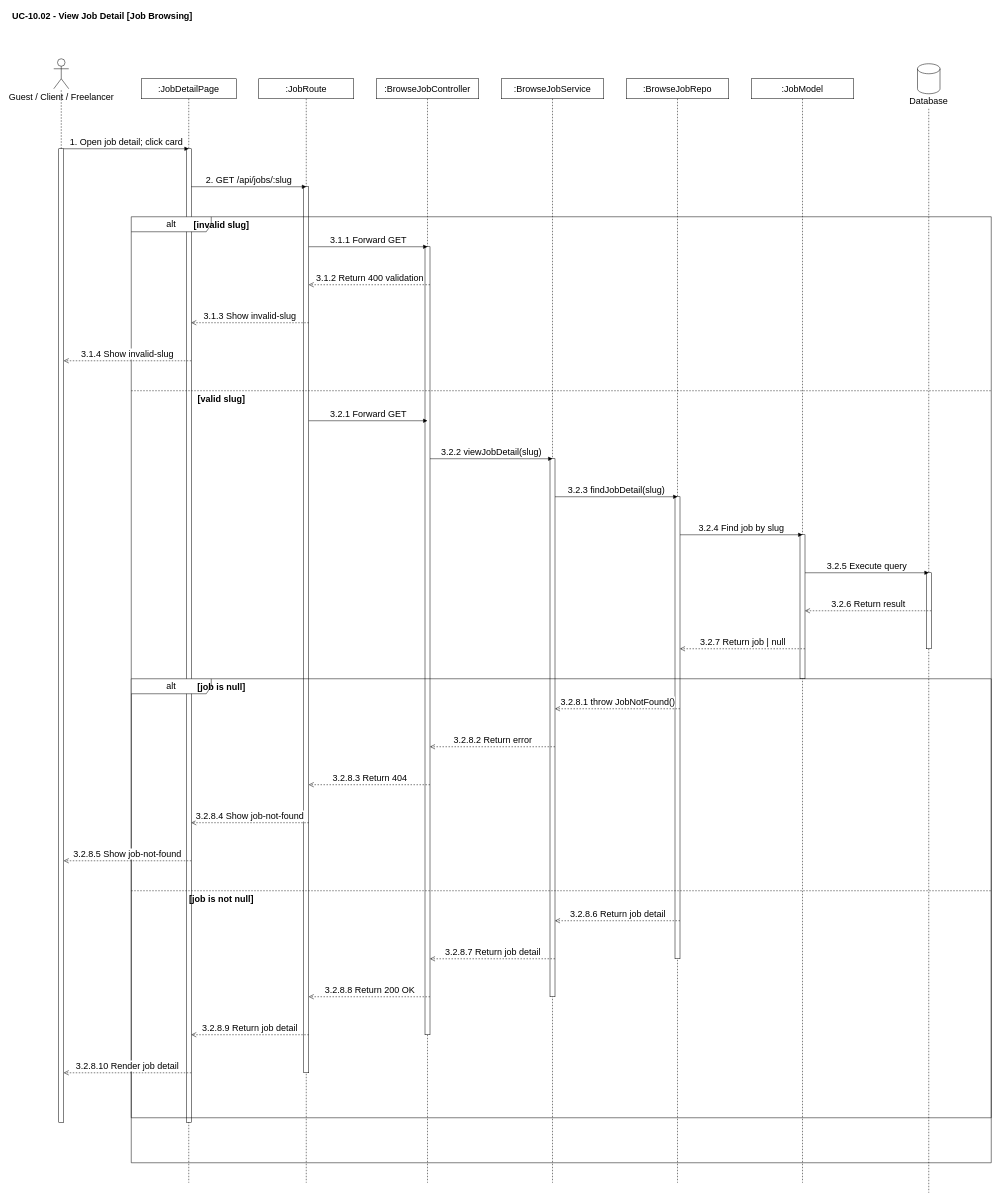
Above: sequence-diagrams/UC-10.02_-_View_Job_Detail.drawio in Thunggg/Frevia (draw.io), before the change. Source tidied: cells renumbered, new cells numbered last; positions are measured from the earlier drawing's top-left corner, leaving out a move shared by most shapes. Both pictures are drawn from the tidied source at 50%, with x=0, y=0 at pixel (11, 8).
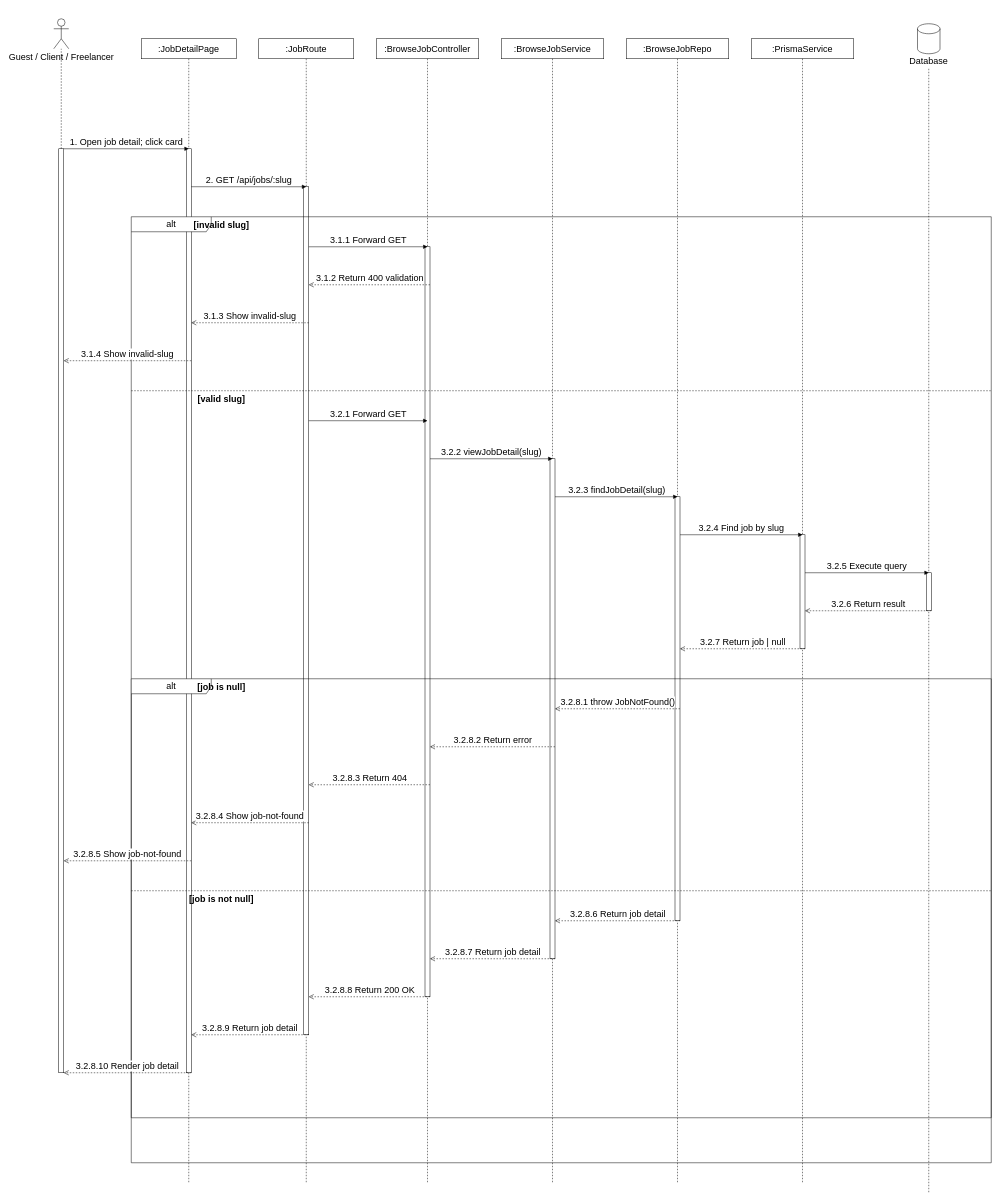
The same page after the edit.

Diff of the diagram source:
```diff
@@
-    <mxCell id="2" value="UC-10.02 - View Job Detail [Job Browsing]" style="text;html=1;align=left;verticalAlign=middle;whiteSpace=wrap;rounded=0;fontSize=18;fontStyle=1;" parent="1" vertex="1">
-      <mxGeometry width="620" height="30" as="geometry" />
-    </mxCell>
     <mxCell id="3" value="Guest / Client / Freelancer" style="shape=umlActor;verticalLabelPosition=bottom;verticalAlign=top;html=1;fontSize=18;" parent="1" vertex="1">
-      <mxGeometry x="85" y="100" width="30" height="60" as="geometry" />
+      <mxGeometry x="85" y="20" width="30" height="60" as="geometry" />
     </mxCell>
     <mxCell id="4" value=":JobDetailPage" style="shape=umlLifeline;perimeter=lifelinePerimeter;whiteSpace=wrap;html=1;newEdgeStyle={&quot;curved&quot;:0,&quot;rounded&quot;:0};fontSize=18;" parent="1" vertex="1">
-      <mxGeometry x="260" y="140" width="190" height="2208" as="geometry" />
+      <mxGeometry x="260" y="60" width="190" height="2288" as="geometry" />
     </mxCell>
     <mxCell id="5" value=":JobRoute" style="shape=umlLifeline;perimeter=lifelinePerimeter;whiteSpace=wrap;html=1;newEdgeStyle={&quot;curved&quot;:0,&quot;rounded&quot;:0};fontSize=18;" parent="1" vertex="1">
-      <mxGeometry x="495" y="140" width="190" height="2208" as="geometry" />
+      <mxGeometry x="495" y="60" width="190" height="2288" as="geometry" />
     </mxCell>
     <mxCell id="6" value=":BrowseJobController" style="shape=umlLifeline;perimeter=lifelinePerimeter;whiteSpace=wrap;html=1;newEdgeStyle={&quot;curved&quot;:0,&quot;rounded&quot;:0};fontSize=18;" parent="1" vertex="1">
-      <mxGeometry x="730" y="140" width="205" height="2208" as="geometry" />
+      <mxGeometry x="730" y="60" width="205" height="2288" as="geometry" />
     </mxCell>
     <mxCell id="7" value=":BrowseJobService" style="shape=umlLifeline;perimeter=lifelinePerimeter;whiteSpace=wrap;html=1;newEdgeStyle={&quot;curved&quot;:0,&quot;rounded&quot;:0};fontSize=18;" parent="1" vertex="1">
-      <mxGeometry x="980" y="140" width="205" height="2208" as="geometry" />
+      <mxGeometry x="980" y="60" width="205" height="2288" as="geometry" />
     </mxCell>
     <mxCell id="8" value=":BrowseJobRepo" style="shape=umlLifeline;perimeter=lifelinePerimeter;whiteSpace=wrap;html=1;newEdgeStyle={&quot;curved&quot;:0,&quot;rounded&quot;:0};fontSize=18;" parent="1" vertex="1">
-      <mxGeometry x="1230" y="140" width="205" height="2208" as="geometry" />
+      <mxGeometry x="1230" y="60" width="205" height="2288" as="geometry" />
     </mxCell>
-    <mxCell id="9" value=":JobModel" style="shape=umlLifeline;perimeter=lifelinePerimeter;whiteSpace=wrap;html=1;newEdgeStyle={&quot;curved&quot;:0,&quot;rounded&quot;:0};fontSize=18;" parent="1" vertex="1">
-      <mxGeometry x="1480" y="140" width="205" height="2208" as="geometry" />
+    <mxCell id="9" value=":PrismaService" style="shape=umlLifeline;perimeter=lifelinePerimeter;whiteSpace=wrap;html=1;newEdgeStyle={&quot;curved&quot;:0,&quot;rounded&quot;:0};fontSize=18;" parent="1" vertex="1">
+      <mxGeometry x="1480" y="60" width="205" height="2288" as="geometry" />
     </mxCell>
     <mxCell id="10" style="strokeWidth=1;html=1;shape=mxgraph.flowchart.database;whiteSpace=wrap;" parent="1" vertex="1">
-      <mxGeometry x="1812.5" y="110" width="45" height="60" as="geometry" />
+      <mxGeometry x="1812.5" y="30" width="45" height="60" as="geometry" />
     </mxCell>
     <mxCell id="11" value="Database" style="text;html=1;align=center;verticalAlign=middle;whiteSpace=wrap;rounded=0;fontSize=18;" parent="1" vertex="1">
-      <mxGeometry x="1730" y="170" width="210" height="30" as="geometry" />
+      <mxGeometry x="1730" y="90" width="210" height="30" as="geometry" />
     </mxCell>
@@
     <mxCell id="13" style="html=1;points=[[0,0,0,0,5],[0,1,0,0,-5],[1,0,0,0,5],[1,1,0,0,-5]];perimeter=orthogonalPerimeter;outlineConnect=0;targetShapes=umlLifeline;portConstraint=eastwest;newEdgeStyle={&quot;curved&quot;:0,&quot;rounded&quot;:0};fontSize=18;" parent="1" vertex="1">
-      <mxGeometry x="95" y="280" width="10" height="1947" as="geometry" />
+      <mxGeometry x="95" y="280" width="10" height="1848" as="geometry" />
     </mxCell>
     <mxCell id="14" style="html=1;points=[[0,0,0,0,5],[0,1,0,0,-5],[1,0,0,0,5],[1,1,0,0,-5]];perimeter=orthogonalPerimeter;outlineConnect=0;targetShapes=umlLifeline;portConstraint=eastwest;newEdgeStyle={&quot;curved&quot;:0,&quot;rounded&quot;:0};fontSize=18;" parent="1" vertex="1">
-      <mxGeometry x="350" y="280" width="10" height="1947" as="geometry" />
+      <mxGeometry x="350" y="280" width="10" height="1848" as="geometry" />
     </mxCell>
     <mxCell id="15" style="html=1;points=[[0,0,0,0,5],[0,1,0,0,-5],[1,0,0,0,5],[1,1,0,0,-5]];perimeter=orthogonalPerimeter;outlineConnect=0;targetShapes=umlLifeline;portConstraint=eastwest;newEdgeStyle={&quot;curved&quot;:0,&quot;rounded&quot;:0};fontSize=18;" parent="1" vertex="1">
-      <mxGeometry x="585" y="356" width="10" height="1772" as="geometry" />
+      <mxGeometry x="585" y="356" width="10" height="1696" as="geometry" />
     </mxCell>
     <mxCell id="16" style="html=1;points=[[0,0,0,0,5],[0,1,0,0,-5],[1,0,0,0,5],[1,1,0,0,-5]];perimeter=orthogonalPerimeter;outlineConnect=0;targetShapes=umlLifeline;portConstraint=eastwest;newEdgeStyle={&quot;curved&quot;:0,&quot;rounded&quot;:0};fontSize=18;" parent="1" vertex="1">
-      <mxGeometry x="827.5" y="476" width="10" height="1576" as="geometry" />
+      <mxGeometry x="827.5" y="476" width="10" height="1500" as="geometry" />
     </mxCell>
     <mxCell id="17" style="html=1;points=[[0,0,0,0,5],[0,1,0,0,-5],[1,0,0,0,5],[1,1,0,0,-5]];perimeter=orthogonalPerimeter;outlineConnect=0;targetShapes=umlLifeline;portConstraint=eastwest;newEdgeStyle={&quot;curved&quot;:0,&quot;rounded&quot;:0};fontSize=18;" parent="1" vertex="1">
-      <mxGeometry x="1077.5" y="900" width="10" height="1076" as="geometry" />
+      <mxGeometry x="1077.5" y="900" width="10" height="1000" as="geometry" />
     </mxCell>
     <mxCell id="18" style="html=1;points=[[0,0,0,0,5],[0,1,0,0,-5],[1,0,0,0,5],[1,1,0,0,-5]];perimeter=orthogonalPerimeter;outlineConnect=0;targetShapes=umlLifeline;portConstraint=eastwest;newEdgeStyle={&quot;curved&quot;:0,&quot;rounded&quot;:0};fontSize=18;" parent="1" vertex="1">
-      <mxGeometry x="1327.5" y="976" width="10" height="924" as="geometry" />
+      <mxGeometry x="1327.5" y="976" width="10" height="848" as="geometry" />
     </mxCell>
     <mxCell id="19" style="html=1;points=[[0,0,0,0,5],[0,1,0,0,-5],[1,0,0,0,5],[1,1,0,0,-5]];perimeter=orthogonalPerimeter;outlineConnect=0;targetShapes=umlLifeline;portConstraint=eastwest;newEdgeStyle={&quot;curved&quot;:0,&quot;rounded&quot;:0};fontSize=18;" parent="1" vertex="1">
-      <mxGeometry x="1577.5" y="1052" width="10" height="288" as="geometry" />
+      <mxGeometry x="1577.5" y="1052" width="10" height="228" as="geometry" />
     </mxCell>
     <mxCell id="20" style="html=1;points=[[0,0,0,0,5],[0,1,0,0,-5],[1,0,0,0,5],[1,1,0,0,-5]];perimeter=orthogonalPerimeter;outlineConnect=0;targetShapes=umlLifeline;portConstraint=eastwest;newEdgeStyle={&quot;curved&quot;:0,&quot;rounded&quot;:0};fontSize=18;" parent="1" vertex="1">
-      <mxGeometry x="1830" y="1128" width="10" height="152" as="geometry" />
+      <mxGeometry x="1830" y="1128" width="10" height="76" as="geometry" />
     </mxCell>
@@
-    <mxCell id="30" value="2. GET /api/jobs/:slug" style="html=1;verticalAlign=bottom;endArrow=block;curved=0;rounded=0;fontSize=18;exitX=1;exitY=0.039;exitDx=0;exitDy=0;exitPerimeter=0;entryX=0.5;entryY=0;entryDx=0;entryDy=0;entryPerimeter=0;" parent="1" edge="1" source="14" target="15">
+    <mxCell id="30" value="2. GET /api/jobs/:slug" style="html=1;verticalAlign=bottom;endArrow=block;curved=0;rounded=0;fontSize=18;exitX=1;exitY=0.0411;exitDx=0;exitDy=0;exitPerimeter=0;entryX=0.5;entryY=0;entryDx=0;entryDy=0;entryPerimeter=0;" parent="1" edge="1" source="14" target="15">
       <mxGeometry relative="1" as="geometry" />
     </mxCell>
-    <mxCell id="31" value="3.1.1 Forward GET" style="html=1;verticalAlign=bottom;endArrow=block;curved=0;rounded=0;fontSize=18;exitX=1;exitY=0.0677;exitDx=0;exitDy=0;exitPerimeter=0;entryX=0.5;entryY=0;entryDx=0;entryDy=0;entryPerimeter=0;" parent="1" edge="1" source="15" target="16">
+    <mxCell id="31" value="3.1.1 Forward GET" style="html=1;verticalAlign=bottom;endArrow=block;curved=0;rounded=0;fontSize=18;exitX=1;exitY=0.0708;exitDx=0;exitDy=0;exitPerimeter=0;entryX=0.5;entryY=0;entryDx=0;entryDy=0;entryPerimeter=0;" parent="1" edge="1" source="15" target="16">
       <mxGeometry relative="1" as="geometry" />
     </mxCell>
-    <mxCell id="32" value="3.1.2 Return 400 validation" style="html=1;verticalAlign=bottom;endArrow=open;dashed=1;endSize=8;curved=0;rounded=0;fontSize=18;exitX=1;exitY=0.0482;exitDx=0;exitDy=0;exitPerimeter=0;entryX=1;entryY=0.1106;entryDx=0;entryDy=0;entryPerimeter=0;" parent="1" edge="1" source="16" target="15">
+    <mxCell id="32" value="3.1.2 Return 400 validation" style="html=1;verticalAlign=bottom;endArrow=open;dashed=1;endSize=8;curved=0;rounded=0;fontSize=18;exitX=1;exitY=0.0507;exitDx=0;exitDy=0;exitPerimeter=0;entryX=1;entryY=0.1156;entryDx=0;entryDy=0;entryPerimeter=0;" parent="1" edge="1" source="16" target="15">
       <mxGeometry relative="1" as="geometry" />
     </mxCell>
-    <mxCell id="33" value="3.1.3 Show invalid-slug" style="html=1;verticalAlign=bottom;endArrow=open;dashed=1;endSize=8;curved=0;rounded=0;fontSize=18;exitX=1;exitY=0.1535;exitDx=0;exitDy=0;exitPerimeter=0;entryX=1;entryY=0.1787;entryDx=0;entryDy=0;entryPerimeter=0;" parent="1" edge="1" source="15" target="14">
+    <mxCell id="33" value="3.1.3 Show invalid-slug" style="html=1;verticalAlign=bottom;endArrow=open;dashed=1;endSize=8;curved=0;rounded=0;fontSize=18;exitX=1;exitY=0.1604;exitDx=0;exitDy=0;exitPerimeter=0;entryX=1;entryY=0.1883;entryDx=0;entryDy=0;entryPerimeter=0;" parent="1" edge="1" source="15" target="14">
       <mxGeometry relative="1" as="geometry" />
     </mxCell>
-    <mxCell id="34" value="3.1.4 Show invalid-slug" style="html=1;verticalAlign=bottom;endArrow=open;dashed=1;endSize=8;curved=0;rounded=0;fontSize=18;exitX=1;exitY=0.2178;exitDx=0;exitDy=0;exitPerimeter=0;entryX=1;entryY=0.2178;entryDx=0;entryDy=0;entryPerimeter=0;" parent="1" edge="1" source="14" target="13">
+    <mxCell id="34" value="3.1.4 Show invalid-slug" style="html=1;verticalAlign=bottom;endArrow=open;dashed=1;endSize=8;curved=0;rounded=0;fontSize=18;exitX=1;exitY=0.2294;exitDx=0;exitDy=0;exitPerimeter=0;entryX=1;entryY=0.2294;entryDx=0;entryDy=0;entryPerimeter=0;" parent="1" edge="1" source="14" target="13">
       <mxGeometry relative="1" as="geometry" />
     </mxCell>
-    <mxCell id="35" value="3.2.1 Forward GET" style="html=1;verticalAlign=bottom;endArrow=block;curved=0;rounded=0;fontSize=18;exitX=1;exitY=0.2641;exitDx=0;exitDy=0;exitPerimeter=0;entryX=0.5;entryY=0.2208;entryDx=0;entryDy=0;entryPerimeter=0;" parent="1" edge="1" source="15" target="16">
+    <mxCell id="35" value="3.2.1 Forward GET" style="html=1;verticalAlign=bottom;endArrow=block;curved=0;rounded=0;fontSize=18;exitX=1;exitY=0.2759;exitDx=0;exitDy=0;exitPerimeter=0;entryX=0.5;entryY=0.232;entryDx=0;entryDy=0;entryPerimeter=0;" parent="1" edge="1" source="15" target="16">
       <mxGeometry relative="1" as="geometry" />
     </mxCell>
-    <mxCell id="36" value="3.2.2 viewJobDetail(slug)" style="html=1;verticalAlign=bottom;endArrow=block;curved=0;rounded=0;fontSize=18;exitX=1;exitY=0.269;exitDx=0;exitDy=0;exitPerimeter=0;entryX=0.5;entryY=0;entryDx=0;entryDy=0;entryPerimeter=0;" parent="1" edge="1" source="16" target="17">
+    <mxCell id="36" value="3.2.2 viewJobDetail(slug)" style="html=1;verticalAlign=bottom;endArrow=block;curved=0;rounded=0;fontSize=18;exitX=1;exitY=0.2827;exitDx=0;exitDy=0;exitPerimeter=0;entryX=0.5;entryY=0;entryDx=0;entryDy=0;entryPerimeter=0;" parent="1" edge="1" source="16" target="17">
       <mxGeometry relative="1" as="geometry" />
     </mxCell>
-    <mxCell id="37" value="3.2.3 findJobDetail(slug)" style="html=1;verticalAlign=bottom;endArrow=block;curved=0;rounded=0;fontSize=18;exitX=1;exitY=0.0706;exitDx=0;exitDy=0;exitPerimeter=0;entryX=0.5;entryY=0;entryDx=0;entryDy=0;entryPerimeter=0;" parent="1" edge="1" source="17" target="18">
+    <mxCell id="37" value="3.2.3 findJobDetail(slug)" style="html=1;verticalAlign=bottom;endArrow=block;curved=0;rounded=0;fontSize=18;exitX=1;exitY=0.076;exitDx=0;exitDy=0;exitPerimeter=0;entryX=0.5;entryY=0;entryDx=0;entryDy=0;entryPerimeter=0;" parent="1" edge="1" source="17" target="18">
       <mxGeometry relative="1" as="geometry" />
     </mxCell>
-    <mxCell id="38" value="3.2.4 Find job by slug" style="html=1;verticalAlign=bottom;endArrow=block;curved=0;rounded=0;fontSize=18;exitX=1;exitY=0.0823;exitDx=0;exitDy=0;exitPerimeter=0;entryX=0.5;entryY=0;entryDx=0;entryDy=0;entryPerimeter=0;" parent="1" edge="1" source="18" target="19">
+    <mxCell id="38" value="3.2.4 Find job by slug" style="html=1;verticalAlign=bottom;endArrow=block;curved=0;rounded=0;fontSize=18;exitX=1;exitY=0.0896;exitDx=0;exitDy=0;exitPerimeter=0;entryX=0.5;entryY=0;entryDx=0;entryDy=0;entryPerimeter=0;" parent="1" edge="1" source="18" target="19">
       <mxGeometry relative="1" as="geometry" />
     </mxCell>
-    <mxCell id="39" value="3.2.5 Execute query" style="html=1;verticalAlign=bottom;endArrow=block;curved=0;rounded=0;fontSize=18;exitX=1;exitY=0.2639;exitDx=0;exitDy=0;exitPerimeter=0;entryX=0.5;entryY=0;entryDx=0;entryDy=0;entryPerimeter=0;" parent="1" edge="1" source="19" target="20">
+    <mxCell id="39" value="3.2.5 Execute query" style="html=1;verticalAlign=bottom;endArrow=block;curved=0;rounded=0;fontSize=18;exitX=1;exitY=0.3333;exitDx=0;exitDy=0;exitPerimeter=0;entryX=0.5;entryY=0;entryDx=0;entryDy=0;entryPerimeter=0;" parent="1" edge="1" source="19" target="20">
       <mxGeometry relative="1" as="geometry" />
     </mxCell>
-    <mxCell id="40" value="3.2.6 Return result" style="html=1;verticalAlign=bottom;endArrow=open;dashed=1;endSize=8;curved=0;rounded=0;fontSize=18;exitX=1;exitY=0.5;exitDx=0;exitDy=0;exitPerimeter=0;entryX=1;entryY=0.5278;entryDx=0;entryDy=0;entryPerimeter=0;" parent="1" edge="1" source="20" target="19">
+    <mxCell id="40" value="3.2.6 Return result" style="html=1;verticalAlign=bottom;endArrow=open;dashed=1;endSize=8;curved=0;rounded=0;fontSize=18;exitX=1;exitY=1;exitDx=0;exitDy=0;exitPerimeter=0;entryX=1;entryY=0.6667;entryDx=0;entryDy=0;entryPerimeter=0;" parent="1" edge="1" source="20" target="19">
       <mxGeometry relative="1" as="geometry" />
     </mxCell>
-    <mxCell id="41" value="3.2.7 Return job | null" style="html=1;verticalAlign=bottom;endArrow=open;dashed=1;endSize=8;curved=0;rounded=0;fontSize=18;exitX=1;exitY=0.7917;exitDx=0;exitDy=0;exitPerimeter=0;entryX=1;entryY=0.329;entryDx=0;entryDy=0;entryPerimeter=0;" parent="1" edge="1" source="19" target="18">
+    <mxCell id="41" value="3.2.7 Return job | null" style="html=1;verticalAlign=bottom;endArrow=open;dashed=1;endSize=8;curved=0;rounded=0;fontSize=18;exitX=1;exitY=1;exitDx=0;exitDy=0;exitPerimeter=0;entryX=1;entryY=0.3585;entryDx=0;entryDy=0;entryPerimeter=0;" parent="1" edge="1" source="19" target="18">
       <mxGeometry relative="1" as="geometry" />
     </mxCell>
-    <mxCell id="42" value="3.2.8.1 throw JobNotFound()" style="html=1;verticalAlign=bottom;endArrow=open;dashed=1;endSize=8;curved=0;rounded=0;fontSize=18;exitX=1;exitY=0.4589;exitDx=0;exitDy=0;exitPerimeter=0;entryX=1;entryY=0.4647;entryDx=0;entryDy=0;entryPerimeter=0;" parent="1" edge="1" source="18" target="17">
+    <mxCell id="42" value="3.2.8.1 throw JobNotFound()" style="html=1;verticalAlign=bottom;endArrow=open;dashed=1;endSize=8;curved=0;rounded=0;fontSize=18;exitX=1;exitY=0.5;exitDx=0;exitDy=0;exitPerimeter=0;entryX=1;entryY=0.5;entryDx=0;entryDy=0;entryPerimeter=0;" parent="1" edge="1" source="18" target="17">
       <mxGeometry relative="1" as="geometry" />
     </mxCell>
-    <mxCell id="43" value="3.2.8.2 Return error" style="html=1;verticalAlign=bottom;endArrow=open;dashed=1;endSize=8;curved=0;rounded=0;fontSize=18;exitX=1;exitY=0.5353;exitDx=0;exitDy=0;exitPerimeter=0;entryX=1;entryY=0.6345;entryDx=0;entryDy=0;entryPerimeter=0;" parent="1" edge="1" source="17" target="16">
+    <mxCell id="43" value="3.2.8.2 Return error" style="html=1;verticalAlign=bottom;endArrow=open;dashed=1;endSize=8;curved=0;rounded=0;fontSize=18;exitX=1;exitY=0.576;exitDx=0;exitDy=0;exitPerimeter=0;entryX=1;entryY=0.6667;entryDx=0;entryDy=0;entryPerimeter=0;" parent="1" edge="1" source="17" target="16">
       <mxGeometry relative="1" as="geometry" />
     </mxCell>
-    <mxCell id="44" value="3.2.8.3 Return 404" style="html=1;verticalAlign=bottom;endArrow=open;dashed=1;endSize=8;curved=0;rounded=0;fontSize=18;exitX=1;exitY=0.6827;exitDx=0;exitDy=0;exitPerimeter=0;entryX=1;entryY=0.6749;entryDx=0;entryDy=0;entryPerimeter=0;" parent="1" edge="1" source="16" target="15">
+    <mxCell id="44" value="3.2.8.3 Return 404" style="html=1;verticalAlign=bottom;endArrow=open;dashed=1;endSize=8;curved=0;rounded=0;fontSize=18;exitX=1;exitY=0.7173;exitDx=0;exitDy=0;exitPerimeter=0;entryX=1;entryY=0.7052;entryDx=0;entryDy=0;entryPerimeter=0;" parent="1" edge="1" source="16" target="15">
       <mxGeometry relative="1" as="geometry" />
     </mxCell>
-    <mxCell id="45" value="3.2.8.4 Show job-not-found" style="html=1;verticalAlign=bottom;endArrow=open;dashed=1;endSize=8;curved=0;rounded=0;fontSize=18;exitX=1;exitY=0.7178;exitDx=0;exitDy=0;exitPerimeter=0;entryX=1;entryY=0.6923;entryDx=0;entryDy=0;entryPerimeter=0;" parent="1" edge="1" source="15" target="14">
+    <mxCell id="45" value="3.2.8.4 Show job-not-found" style="html=1;verticalAlign=bottom;endArrow=open;dashed=1;endSize=8;curved=0;rounded=0;fontSize=18;exitX=1;exitY=0.75;exitDx=0;exitDy=0;exitPerimeter=0;entryX=1;entryY=0.7294;entryDx=0;entryDy=0;entryPerimeter=0;" parent="1" edge="1" source="15" target="14">
       <mxGeometry relative="1" as="geometry" />
     </mxCell>
-    <mxCell id="46" value="3.2.8.5 Show job-not-found" style="html=1;verticalAlign=bottom;endArrow=open;dashed=1;endSize=8;curved=0;rounded=0;fontSize=18;exitX=1;exitY=0.7314;exitDx=0;exitDy=0;exitPerimeter=0;entryX=1;entryY=0.7314;entryDx=0;entryDy=0;entryPerimeter=0;" parent="1" edge="1" source="14" target="13">
+    <mxCell id="46" value="3.2.8.5 Show job-not-found" style="html=1;verticalAlign=bottom;endArrow=open;dashed=1;endSize=8;curved=0;rounded=0;fontSize=18;exitX=1;exitY=0.7706;exitDx=0;exitDy=0;exitPerimeter=0;entryX=1;entryY=0.7706;entryDx=0;entryDy=0;entryPerimeter=0;" parent="1" edge="1" source="14" target="13">
       <mxGeometry relative="1" as="geometry" />
     </mxCell>
-    <mxCell id="47" value="3.2.8.6 Return job detail" style="html=1;verticalAlign=bottom;endArrow=open;dashed=1;endSize=8;curved=0;rounded=0;fontSize=18;exitX=1;exitY=0.9177;exitDx=0;exitDy=0;exitPerimeter=0;entryX=1;entryY=0.8587;entryDx=0;entryDy=0;entryPerimeter=0;" parent="1" edge="1" source="18" target="17">
+    <mxCell id="47" value="3.2.8.6 Return job detail" style="html=1;verticalAlign=bottom;endArrow=open;dashed=1;endSize=8;curved=0;rounded=0;fontSize=18;exitX=1;exitY=1;exitDx=0;exitDy=0;exitPerimeter=0;entryX=1;entryY=0.924;entryDx=0;entryDy=0;entryPerimeter=0;" parent="1" edge="1" source="18" target="17">
       <mxGeometry relative="1" as="geometry" />
     </mxCell>
-    <mxCell id="48" value="3.2.8.7 Return job detail" style="html=1;verticalAlign=bottom;endArrow=open;dashed=1;endSize=8;curved=0;rounded=0;fontSize=18;exitX=1;exitY=0.9294;exitDx=0;exitDy=0;exitPerimeter=0;entryX=1;entryY=0.9036;entryDx=0;entryDy=0;entryPerimeter=0;" parent="1" edge="1" source="17" target="16">
+    <mxCell id="48" value="3.2.8.7 Return job detail" style="html=1;verticalAlign=bottom;endArrow=open;dashed=1;endSize=8;curved=0;rounded=0;fontSize=18;exitX=1;exitY=1;exitDx=0;exitDy=0;exitPerimeter=0;entryX=1;entryY=0.9493;entryDx=0;entryDy=0;entryPerimeter=0;" parent="1" edge="1" source="17" target="16">
       <mxGeometry relative="1" as="geometry" />
     </mxCell>
-    <mxCell id="49" value="3.2.8.8 Return 200 OK" style="html=1;verticalAlign=bottom;endArrow=open;dashed=1;endSize=8;curved=0;rounded=0;fontSize=18;exitX=1;exitY=0.9518;exitDx=0;exitDy=0;exitPerimeter=0;entryX=1;entryY=0.9142;entryDx=0;entryDy=0;entryPerimeter=0;" parent="1" edge="1" source="16" target="15">
+    <mxCell id="49" value="3.2.8.8 Return 200 OK" style="html=1;verticalAlign=bottom;endArrow=open;dashed=1;endSize=8;curved=0;rounded=0;fontSize=18;exitX=1;exitY=1;exitDx=0;exitDy=0;exitPerimeter=0;entryX=1;entryY=0.9552;entryDx=0;entryDy=0;entryPerimeter=0;" parent="1" edge="1" source="16" target="15">
       <mxGeometry relative="1" as="geometry" />
     </mxCell>
-    <mxCell id="50" value="3.2.8.9 Return job detail" style="html=1;verticalAlign=bottom;endArrow=open;dashed=1;endSize=8;curved=0;rounded=0;fontSize=18;exitX=1;exitY=0.9571;exitDx=0;exitDy=0;exitPerimeter=0;entryX=1;entryY=0.9101;entryDx=0;entryDy=0;entryPerimeter=0;" parent="1" edge="1" source="15" target="14">
+    <mxCell id="50" value="3.2.8.9 Return job detail" style="html=1;verticalAlign=bottom;endArrow=open;dashed=1;endSize=8;curved=0;rounded=0;fontSize=18;exitX=1;exitY=1;exitDx=0;exitDy=0;exitPerimeter=0;entryX=1;entryY=0.9589;entryDx=0;entryDy=0;entryPerimeter=0;" parent="1" edge="1" source="15" target="14">
       <mxGeometry relative="1" as="geometry" />
     </mxCell>
-    <mxCell id="51" value="3.2.8.10 Render job detail" style="html=1;verticalAlign=bottom;endArrow=open;dashed=1;endSize=8;curved=0;rounded=0;fontSize=18;exitX=1;exitY=0.9492;exitDx=0;exitDy=0;exitPerimeter=0;entryX=1;entryY=0.9492;entryDx=0;entryDy=0;entryPerimeter=0;" parent="1" edge="1" source="14" target="13">
+    <mxCell id="51" value="3.2.8.10 Render job detail" style="html=1;verticalAlign=bottom;endArrow=open;dashed=1;endSize=8;curved=0;rounded=0;fontSize=18;exitX=1;exitY=1;exitDx=0;exitDy=0;exitPerimeter=0;entryX=1;entryY=1;entryDx=0;entryDy=0;entryPerimeter=0;" parent="1" edge="1" source="14" target="13">
       <mxGeometry relative="1" as="geometry" />
     </mxCell>
```
